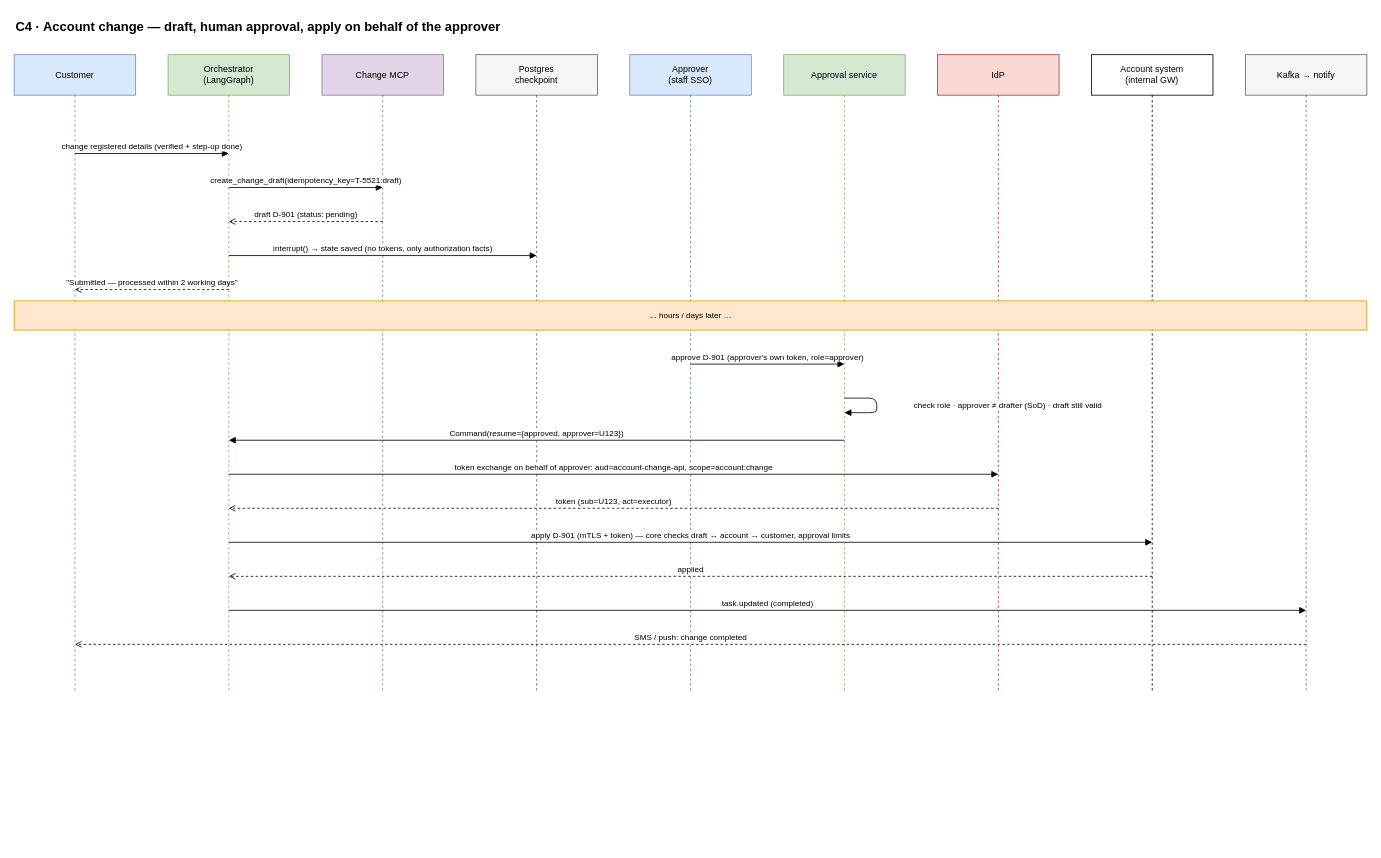
This is docs/diagrams/C4-approval-account-change.drawio from airplanecraft/customer-support-agent, a draw.io file, before an edit. Source tidied: cells renumbered, new cells numbered last; positions are measured from the earlier drawing's top-left corner, leaving out a move shared by most shapes. Both pictures are drawn from the tidied source at 81%, with x=0, y=0 at pixel (14, 14).
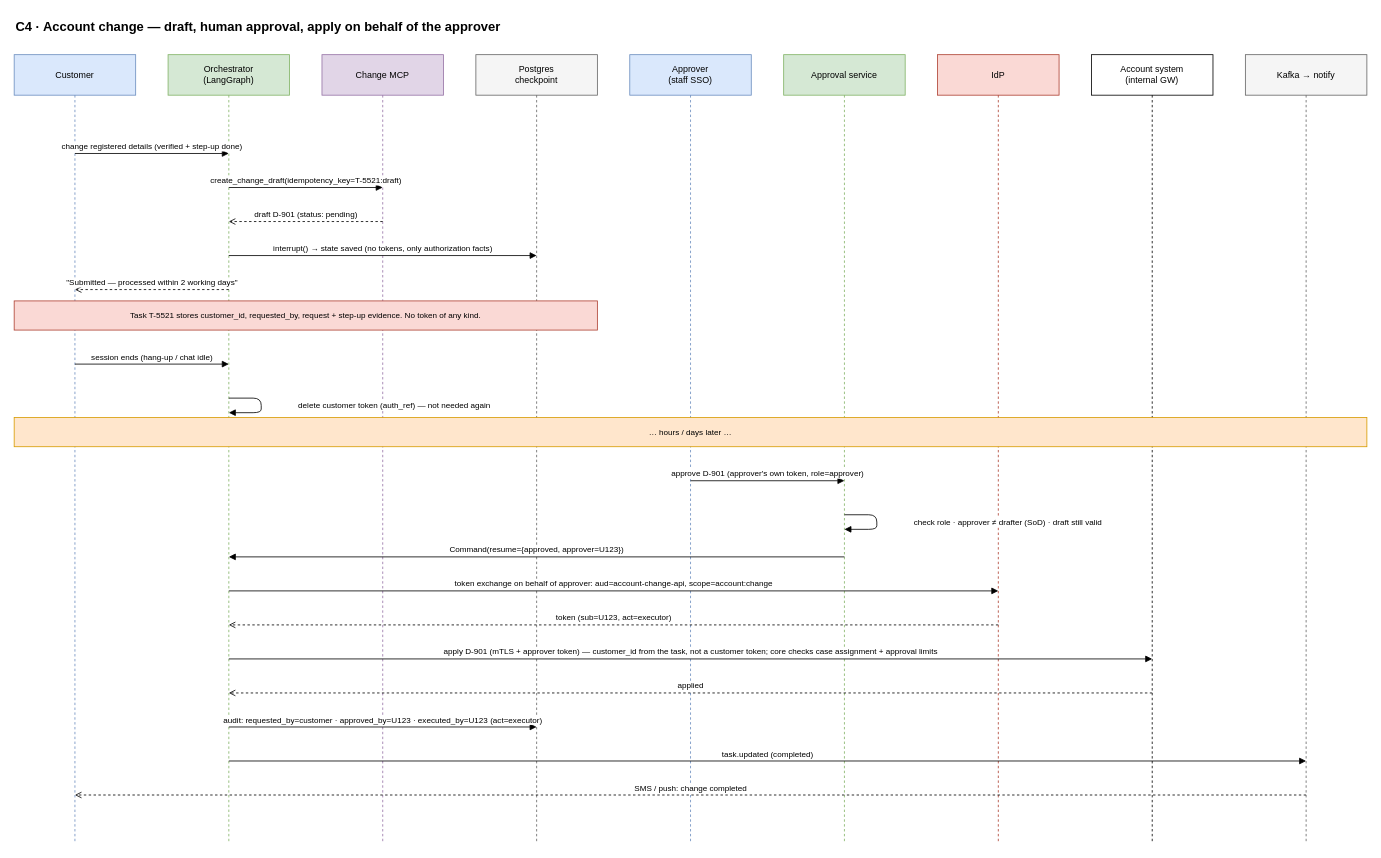
The same page after the edit.

Commit message (it also covers changes not shown here):
Clarify token ownership in the C4 approval flow

What changed in the source:
```diff
@@
     <mxCell id="2" value="Kafka → notify" style="shape=umlLifeline;perimeter=lifelinePerimeter;whiteSpace=wrap;html=1;size=50;fillColor=#f5f5f5;strokeColor=#666666;fontSize=11;" parent="1" vertex="1">
-      <mxGeometry x="1520" y="50" width="150" height="788" as="geometry" />
+      <mxGeometry x="1520" y="50" width="150" height="974" as="geometry" />
     </mxCell>
     <mxCell id="3" value="Account system&lt;br&gt;(internal GW)" style="shape=umlLifeline;perimeter=lifelinePerimeter;whiteSpace=wrap;html=1;size=50;fillColor=#ffffff;strokeColor=#000000;fontSize=11;" parent="1" vertex="1">
-      <mxGeometry x="1330" y="50" width="150" height="788" as="geometry" />
+      <mxGeometry x="1330" y="50" width="150" height="974" as="geometry" />
     </mxCell>
     <mxCell id="4" value="IdP" style="shape=umlLifeline;perimeter=lifelinePerimeter;whiteSpace=wrap;html=1;size=50;fillColor=#fad9d5;strokeColor=#ae4132;fontSize=11;" parent="1" vertex="1">
-      <mxGeometry x="1140" y="50" width="150" height="788" as="geometry" />
+      <mxGeometry x="1140" y="50" width="150" height="974" as="geometry" />
     </mxCell>
     <mxCell id="5" value="Approval service" style="shape=umlLifeline;perimeter=lifelinePerimeter;whiteSpace=wrap;html=1;size=50;fillColor=#d5e8d4;strokeColor=#82b366;fontSize=11;" parent="1" vertex="1">
-      <mxGeometry x="950" y="50" width="150" height="788" as="geometry" />
+      <mxGeometry x="950" y="50" width="150" height="974" as="geometry" />
     </mxCell>
     <mxCell id="6" value="Approver&lt;br&gt;(staff SSO)" style="shape=umlLifeline;perimeter=lifelinePerimeter;whiteSpace=wrap;html=1;size=50;fillColor=#dae8fc;strokeColor=#6c8ebf;fontSize=11;" parent="1" vertex="1">
-      <mxGeometry x="760" y="50" width="150" height="788" as="geometry" />
+      <mxGeometry x="760" y="50" width="150" height="974" as="geometry" />
     </mxCell>
     <mxCell id="7" value="Postgres&lt;br&gt;checkpoint" style="shape=umlLifeline;perimeter=lifelinePerimeter;whiteSpace=wrap;html=1;size=50;fillColor=#f5f5f5;strokeColor=#666666;fontSize=11;" parent="1" vertex="1">
-      <mxGeometry x="570" y="50" width="150" height="788" as="geometry" />
+      <mxGeometry x="570" y="50" width="150" height="974" as="geometry" />
     </mxCell>
     <mxCell id="8" value="Change MCP" style="shape=umlLifeline;perimeter=lifelinePerimeter;whiteSpace=wrap;html=1;size=50;fillColor=#e1d5e7;strokeColor=#9673a6;fontSize=11;" parent="1" vertex="1">
-      <mxGeometry x="380" y="50" width="150" height="788" as="geometry" />
+      <mxGeometry x="380" y="50" width="150" height="974" as="geometry" />
     </mxCell>
     <mxCell id="9" value="Orchestrator&lt;br&gt;(LangGraph)" style="shape=umlLifeline;perimeter=lifelinePerimeter;whiteSpace=wrap;html=1;size=50;fillColor=#d5e8d4;strokeColor=#82b366;fontSize=11;" parent="1" vertex="1">
-      <mxGeometry x="190" y="50" width="150" height="788" as="geometry" />
+      <mxGeometry x="190" y="50" width="150" height="974" as="geometry" />
     </mxCell>
     <mxCell id="10" value="Customer" style="shape=umlLifeline;perimeter=lifelinePerimeter;whiteSpace=wrap;html=1;size=50;fillColor=#dae8fc;strokeColor=#6c8ebf;fontSize=11;" parent="1" vertex="1">
-      <mxGeometry y="50" width="150" height="788" as="geometry" />
+      <mxGeometry y="50" width="150" height="974" as="geometry" />
     </mxCell>
@@
-    <mxCell id="17" value="… hours / days later …" style="rounded=0;whiteSpace=wrap;html=1;fillColor=#ffe6cc;strokeColor=#d79b00;fontSize=12;fontSize=10;align=center;" parent="1" vertex="1">
-      <mxGeometry y="354" width="1670" height="36" as="geometry" />
+    <mxCell id="17" value="Task T-5521 stores customer_id, requested_by, request + step-up evidence. No token of any kind." style="rounded=0;whiteSpace=wrap;html=1;fillColor=#fad9d5;strokeColor=#ae4132;fontSize=12;fontSize=10;align=center;" parent="1" vertex="1">
+      <mxGeometry y="354" width="720" height="36" as="geometry" />
     </mxCell>
-    <mxCell id="18" value="approve D-901 (approver's own token, role=approver)" style="html=1;verticalAlign=bottom;fontSize=10;labelBackgroundColor=#ffffff;endArrow=block;" parent="1" edge="1">
+    <mxCell id="18" value="session ends (hang-up / chat idle)" style="html=1;verticalAlign=bottom;fontSize=10;labelBackgroundColor=#ffffff;endArrow=block;" parent="1" edge="1">
       <mxGeometry relative="1" as="geometry">
-        <mxPoint x="835" y="432" as="sourcePoint" />
-        <mxPoint x="1025" y="432" as="targetPoint" />
+        <mxPoint x="75" y="432" as="sourcePoint" />
+        <mxPoint x="265" y="432" as="targetPoint" />
       </mxGeometry>
     </mxCell>
-    <mxCell id="19" value="check role · approver ≠ drafter (SoD) · draft still valid" style="html=1;align=left;spacingLeft=44;fontSize=10;endArrow=block;" parent="1" edge="1">
+    <mxCell id="19" value="delete customer token (auth_ref) — not needed again" style="html=1;align=left;spacingLeft=44;fontSize=10;endArrow=block;" parent="1" edge="1">
       <mxGeometry relative="1" as="geometry">
-        <mxPoint x="1025" y="474" as="sourcePoint" />
-        <mxPoint x="1025" y="492" as="targetPoint" />
+        <mxPoint x="265" y="474" as="sourcePoint" />
+        <mxPoint x="265" y="492" as="targetPoint" />
         <Array as="points">
-          <mxPoint x="1065" y="474" />
-          <mxPoint x="1065" y="492" />
+          <mxPoint x="305" y="474" />
+          <mxPoint x="305" y="492" />
         </Array>
       </mxGeometry>
     </mxCell>
-    <mxCell id="20" value="Command(resume={approved, approver=U123})" style="html=1;verticalAlign=bottom;fontSize=10;labelBackgroundColor=#ffffff;endArrow=block;" parent="1" edge="1">
-      <mxGeometry relative="1" as="geometry">
-        <mxPoint x="1025" y="526" as="sourcePoint" />
-        <mxPoint x="265" y="526" as="targetPoint" />
-      </mxGeometry>
+    <mxCell id="20" value="… hours / days later …" style="rounded=0;whiteSpace=wrap;html=1;fillColor=#ffe6cc;strokeColor=#d79b00;fontSize=12;fontSize=10;align=center;" parent="1" vertex="1">
+      <mxGeometry y="498" width="1670" height="36" as="geometry" />
     </mxCell>
-    <mxCell id="21" value="token exchange on behalf of approver: aud=account-change-api, scope=account:change" style="html=1;verticalAlign=bottom;fontSize=10;labelBackgroundColor=#ffffff;endArrow=block;" parent="1" edge="1">
+    <mxCell id="21" value="approve D-901 (approver's own token, role=approver)" style="html=1;verticalAlign=bottom;fontSize=10;labelBackgroundColor=#ffffff;endArrow=block;" parent="1" edge="1">
       <mxGeometry relative="1" as="geometry">
-        <mxPoint x="265" y="568" as="sourcePoint" />
-        <mxPoint x="1215" y="568" as="targetPoint" />
+        <mxPoint x="835" y="576" as="sourcePoint" />
+        <mxPoint x="1025" y="576" as="targetPoint" />
       </mxGeometry>
     </mxCell>
-    <mxCell id="22" value="token (sub=U123, act=executor)" style="html=1;verticalAlign=bottom;fontSize=10;labelBackgroundColor=#ffffff;endArrow=open;dashed=1;" parent="1" edge="1">
+    <mxCell id="22" value="check role · approver ≠ drafter (SoD) · draft still valid" style="html=1;align=left;spacingLeft=44;fontSize=10;endArrow=block;" parent="1" edge="1">
       <mxGeometry relative="1" as="geometry">
-        <mxPoint x="1215" y="610" as="sourcePoint" />
-        <mxPoint x="265" y="610" as="targetPoint" />
+        <mxPoint x="1025" y="618" as="sourcePoint" />
+        <mxPoint x="1025" y="636" as="targetPoint" />
+        <Array as="points">
+          <mxPoint x="1065" y="618" />
+          <mxPoint x="1065" y="636" />
+        </Array>
       </mxGeometry>
     </mxCell>
-    <mxCell id="23" value="apply D-901 (mTLS + token) — core checks draft ↔ account ↔ customer, approval limits" style="html=1;verticalAlign=bottom;fontSize=10;labelBackgroundColor=#ffffff;endArrow=block;" parent="1" edge="1">
+    <mxCell id="23" value="Command(resume={approved, approver=U123})" style="html=1;verticalAlign=bottom;fontSize=10;labelBackgroundColor=#ffffff;endArrow=block;" parent="1" edge="1">
       <mxGeometry relative="1" as="geometry">
-        <mxPoint x="265" y="652" as="sourcePoint" />
-        <mxPoint x="1405" y="652" as="targetPoint" />
+        <mxPoint x="1025" y="670" as="sourcePoint" />
+        <mxPoint x="265" y="670" as="targetPoint" />
       </mxGeometry>
     </mxCell>
-    <mxCell id="24" value="applied" style="html=1;verticalAlign=bottom;fontSize=10;labelBackgroundColor=#ffffff;endArrow=open;dashed=1;" parent="1" edge="1">
+    <mxCell id="24" value="token exchange on behalf of approver: aud=account-change-api, scope=account:change" style="html=1;verticalAlign=bottom;fontSize=10;labelBackgroundColor=#ffffff;endArrow=block;" parent="1" edge="1">
       <mxGeometry relative="1" as="geometry">
-        <mxPoint x="1405" y="694" as="sourcePoint" />
-        <mxPoint x="265" y="694" as="targetPoint" />
+        <mxPoint x="265" y="712" as="sourcePoint" />
+        <mxPoint x="1215" y="712" as="targetPoint" />
       </mxGeometry>
     </mxCell>
-    <mxCell id="25" value="task.updated (completed)" style="html=1;verticalAlign=bottom;fontSize=10;labelBackgroundColor=#ffffff;endArrow=block;" parent="1" edge="1">
+    <mxCell id="25" value="token (sub=U123, act=executor)" style="html=1;verticalAlign=bottom;fontSize=10;labelBackgroundColor=#ffffff;endArrow=open;dashed=1;" parent="1" edge="1">
       <mxGeometry relative="1" as="geometry">
-        <mxPoint x="265" y="736" as="sourcePoint" />
-        <mxPoint x="1595" y="736" as="targetPoint" />
+        <mxPoint x="1215" y="754" as="sourcePoint" />
+        <mxPoint x="265" y="754" as="targetPoint" />
       </mxGeometry>
     </mxCell>
-    <mxCell id="26" value="SMS / push: change completed" style="html=1;verticalAlign=bottom;fontSize=10;labelBackgroundColor=#ffffff;endArrow=open;dashed=1;" parent="1" edge="1">
+    <mxCell id="26" value="apply D-901 (mTLS + approver token) — customer_id from the task, not a customer token; core checks case assignment + approval limits" style="html=1;verticalAlign=bottom;fontSize=10;labelBackgroundColor=#ffffff;endArrow=block;" parent="1" edge="1">
       <mxGeometry relative="1" as="geometry">
-        <mxPoint x="1595" y="778" as="sourcePoint" />
-        <mxPoint x="75" y="778" as="targetPoint" />
+        <mxPoint x="265" y="796" as="sourcePoint" />
+        <mxPoint x="1405" y="796" as="targetPoint" />
       </mxGeometry>
     </mxCell>
+    <mxCell id="27" value="applied" style="html=1;verticalAlign=bottom;fontSize=10;labelBackgroundColor=#ffffff;endArrow=open;dashed=1;" parent="1" edge="1">
+      <mxGeometry relative="1" as="geometry">
+        <mxPoint x="1405" y="838" as="sourcePoint" />
+        <mxPoint x="265" y="838" as="targetPoint" />
+      </mxGeometry>
+    </mxCell>
+    <mxCell id="28" value="audit: requested_by=customer · approved_by=U123 · executed_by=U123 (act=executor)" style="html=1;verticalAlign=bottom;fontSize=10;labelBackgroundColor=#ffffff;endArrow=block;" parent="1" edge="1">
+      <mxGeometry relative="1" as="geometry">
+        <mxPoint x="265" y="880" as="sourcePoint" />
+        <mxPoint x="645" y="880" as="targetPoint" />
+      </mxGeometry>
+    </mxCell>
+    <mxCell id="29" value="task.updated (completed)" style="html=1;verticalAlign=bottom;fontSize=10;labelBackgroundColor=#ffffff;endArrow=block;" parent="1" edge="1">
+      <mxGeometry relative="1" as="geometry">
+        <mxPoint x="265" y="922" as="sourcePoint" />
+        <mxPoint x="1595" y="922" as="targetPoint" />
+      </mxGeometry>
+    </mxCell>
+    <mxCell id="30" value="SMS / push: change completed" style="html=1;verticalAlign=bottom;fontSize=10;labelBackgroundColor=#ffffff;endArrow=open;dashed=1;" parent="1" edge="1">
+      <mxGeometry relative="1" as="geometry">
+        <mxPoint x="1595" y="964" as="sourcePoint" />
+        <mxPoint x="75" y="964" as="targetPoint" />
+      </mxGeometry>
+    </mxCell>
```
